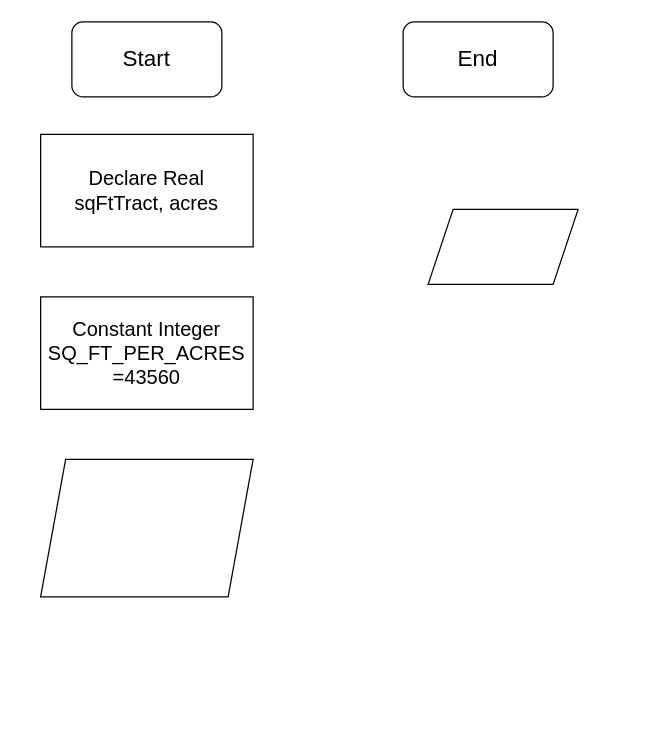
The draw.io diagram Untitled Diagram.drawio in amcruzflores/flowcharts, before the edit. Source tidied: cells renumbered, new cells numbered last; positions are measured from the earlier drawing's top-left corner, leaving out a move shared by most shapes. Both pictures are drawn from the tidied source at 125%, with x=0, y=0 at pixel (40, 21).
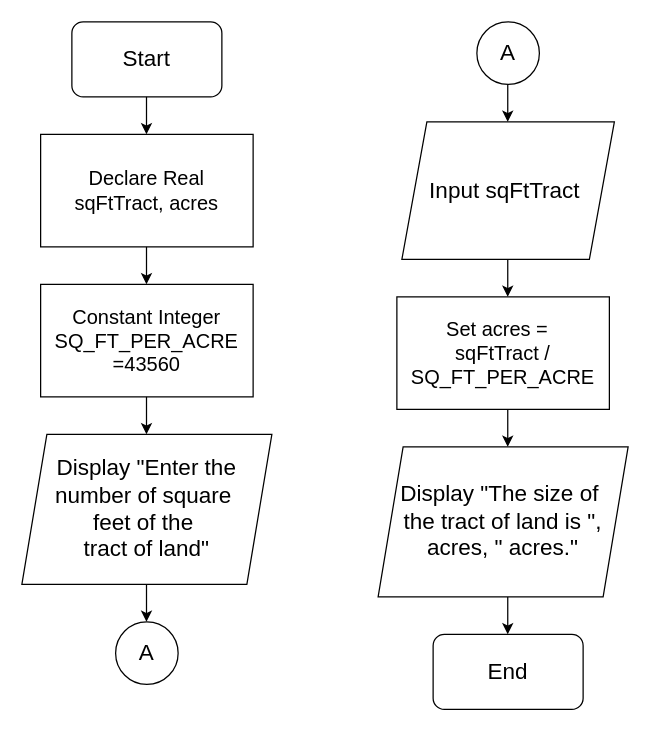
The same page after the edit.

Change to the diagram source:
```diff
@@
     <mxCell id="2" value="&lt;span style=&quot;font-size: 18px;&quot;&gt;End&lt;/span&gt;" style="rounded=1;whiteSpace=wrap;html=1;" parent="1" vertex="1">
-      <mxGeometry x="290" width="120" height="60" as="geometry" />
+      <mxGeometry x="314" y="490" width="120" height="60" as="geometry" />
     </mxCell>
@@
-    <mxCell id="5" value="&lt;font size=&quot;3&quot;&gt;Constant Integer SQ_FT_PER_ACRES&lt;/font&gt;&lt;div&gt;&lt;font size=&quot;3&quot;&gt;=43560&lt;/font&gt;&lt;/div&gt;" style="rounded=0;whiteSpace=wrap;html=1;" parent="1" vertex="1">
-      <mxGeometry y="220" width="170" height="90" as="geometry" />
+    <mxCell id="5" value="&lt;font size=&quot;3&quot;&gt;Constant Integer SQ_FT_PER_ACRE&lt;/font&gt;&lt;div&gt;&lt;font size=&quot;3&quot;&gt;=43560&lt;/font&gt;&lt;/div&gt;" style="rounded=0;whiteSpace=wrap;html=1;" parent="1" vertex="1">
+      <mxGeometry y="210" width="170" height="90" as="geometry" />
     </mxCell>
-    <mxCell id="6" style="shape=parallelogram;perimeter=parallelogramPerimeter;whiteSpace=wrap;html=1;fixedSize=1;" parent="1" vertex="1">
-      <mxGeometry x="310" y="150" width="120" height="60" as="geometry" />
-    </mxCell>
-    <mxCell id="7" style="shape=parallelogram;perimeter=parallelogramPerimeter;whiteSpace=wrap;html=1;fixedSize=1;" parent="1" vertex="1">
-      <mxGeometry y="350" width="170" height="110" as="geometry" />
+    <mxCell id="7" value="&lt;font style=&quot;font-size: 18px;&quot;&gt;Input sqFtTract&amp;nbsp;&lt;/font&gt;" style="shape=parallelogram;perimeter=parallelogramPerimeter;whiteSpace=wrap;html=1;fixedSize=1;" parent="1" vertex="1">
+      <mxGeometry x="289" y="80" width="170" height="110" as="geometry" />
     </mxCell>
+    <mxCell id="8" value="&lt;font style=&quot;font-size: 18px;&quot;&gt;Display &quot;Enter the number of square&amp;nbsp;&lt;/font&gt;&lt;div&gt;&lt;font style=&quot;font-size: 18px;&quot;&gt;feet&amp;nbsp;&lt;/font&gt;&lt;span style=&quot;font-size: 18px; background-color: transparent; color: light-dark(rgb(0, 0, 0), rgb(255, 255, 255));&quot;&gt;of the&amp;nbsp;&lt;/span&gt;&lt;div&gt;&lt;div&gt;&lt;font style=&quot;font-size: 18px;&quot;&gt;tract of land&quot;&lt;/font&gt;&lt;/div&gt;&lt;/div&gt;&lt;/div&gt;" style="shape=parallelogram;perimeter=parallelogramPerimeter;whiteSpace=wrap;html=1;fixedSize=1;" parent="1" vertex="1">
+      <mxGeometry x="-15" y="330" width="200" height="120" as="geometry" />
+    </mxCell>
+    <mxCell id="9" value="&lt;font style=&quot;font-size: 18px;&quot;&gt;A&lt;/font&gt;" style="ellipse;whiteSpace=wrap;html=1;" parent="1" vertex="1">
+      <mxGeometry x="60" y="480" width="50" height="50" as="geometry" />
+    </mxCell>
+    <mxCell id="10" value="&lt;font style=&quot;font-size: 18px;&quot;&gt;A&lt;/font&gt;" style="ellipse;whiteSpace=wrap;html=1;" parent="1" vertex="1">
+      <mxGeometry x="349" width="50" height="50" as="geometry" />
+    </mxCell>
+    <mxCell id="11" value="&lt;font size=&quot;3&quot;&gt;Set acres =&amp;nbsp;&amp;nbsp;&lt;/font&gt;&lt;div&gt;&lt;font size=&quot;3&quot;&gt;sqFtTract /&lt;/font&gt;&lt;/div&gt;&lt;div&gt;&lt;span style=&quot;font-size: medium;&quot;&gt;SQ_FT_PER_ACRE&lt;/span&gt;&lt;/div&gt;" style="rounded=0;whiteSpace=wrap;html=1;" parent="1" vertex="1">
+      <mxGeometry x="285" y="220" width="170" height="90" as="geometry" />
+    </mxCell>
+    <mxCell id="12" value="&lt;font style=&quot;font-size: 18px;&quot;&gt;Display &quot;The size of&amp;nbsp;&lt;/font&gt;&lt;div&gt;&lt;font style=&quot;font-size: 18px;&quot;&gt;the tract of land is&amp;nbsp;&lt;/font&gt;&lt;span style=&quot;font-size: 18px; background-color: transparent; color: light-dark(rgb(0, 0, 0), rgb(255, 255, 255));&quot;&gt;&quot;, acres, &quot; acres.&quot;&lt;/span&gt;&lt;/div&gt;" style="shape=parallelogram;perimeter=parallelogramPerimeter;whiteSpace=wrap;html=1;fixedSize=1;" parent="1" vertex="1">
+      <mxGeometry x="270" y="340" width="200" height="120" as="geometry" />
+    </mxCell>
+    <mxCell id="13" style="endArrow=classic;html=1;rounded=0;" parent="1" edge="1">
+      <mxGeometry relative="1" as="geometry">
+        <mxPoint x="84.7" y="60" as="sourcePoint" />
+        <mxPoint x="84.7" y="90" as="targetPoint" />
+      </mxGeometry>
+    </mxCell>
+    <mxCell id="14" style="endArrow=classic;html=1;rounded=0;" parent="1" edge="1">
+      <mxGeometry relative="1" as="geometry">
+        <mxPoint x="84.7" y="180" as="sourcePoint" />
+        <mxPoint x="84.7" y="210" as="targetPoint" />
+      </mxGeometry>
+    </mxCell>
+    <mxCell id="15" style="endArrow=classic;html=1;rounded=0;" parent="1" edge="1">
+      <mxGeometry relative="1" as="geometry">
+        <mxPoint x="84.7" y="300" as="sourcePoint" />
+        <mxPoint x="84.7" y="330" as="targetPoint" />
+      </mxGeometry>
+    </mxCell>
+    <mxCell id="16" style="endArrow=classic;html=1;rounded=0;" parent="1" edge="1">
+      <mxGeometry relative="1" as="geometry">
+        <mxPoint x="84.7" y="450" as="sourcePoint" />
+        <mxPoint x="84.7" y="480" as="targetPoint" />
+      </mxGeometry>
+    </mxCell>
+    <mxCell id="17" style="endArrow=classic;html=1;rounded=0;" parent="1" edge="1">
+      <mxGeometry relative="1" as="geometry">
+        <mxPoint x="373.7" y="50" as="sourcePoint" />
+        <mxPoint x="373.7" y="80" as="targetPoint" />
+      </mxGeometry>
+    </mxCell>
+    <mxCell id="18" style="endArrow=classic;html=1;rounded=0;" parent="1" edge="1">
+      <mxGeometry relative="1" as="geometry">
+        <mxPoint x="373.7" y="190" as="sourcePoint" />
+        <mxPoint x="373.7" y="220" as="targetPoint" />
+      </mxGeometry>
+    </mxCell>
+    <mxCell id="19" style="endArrow=classic;html=1;rounded=0;" parent="1" edge="1">
+      <mxGeometry relative="1" as="geometry">
+        <mxPoint x="373.7" y="310" as="sourcePoint" />
+        <mxPoint x="373.7" y="340" as="targetPoint" />
+      </mxGeometry>
+    </mxCell>
+    <mxCell id="20" style="endArrow=classic;html=1;rounded=0;" parent="1" edge="1">
+      <mxGeometry relative="1" as="geometry">
+        <mxPoint x="373.7" y="460" as="sourcePoint" />
+        <mxPoint x="373.7" y="490" as="targetPoint" />
+      </mxGeometry>
+    </mxCell>
```
